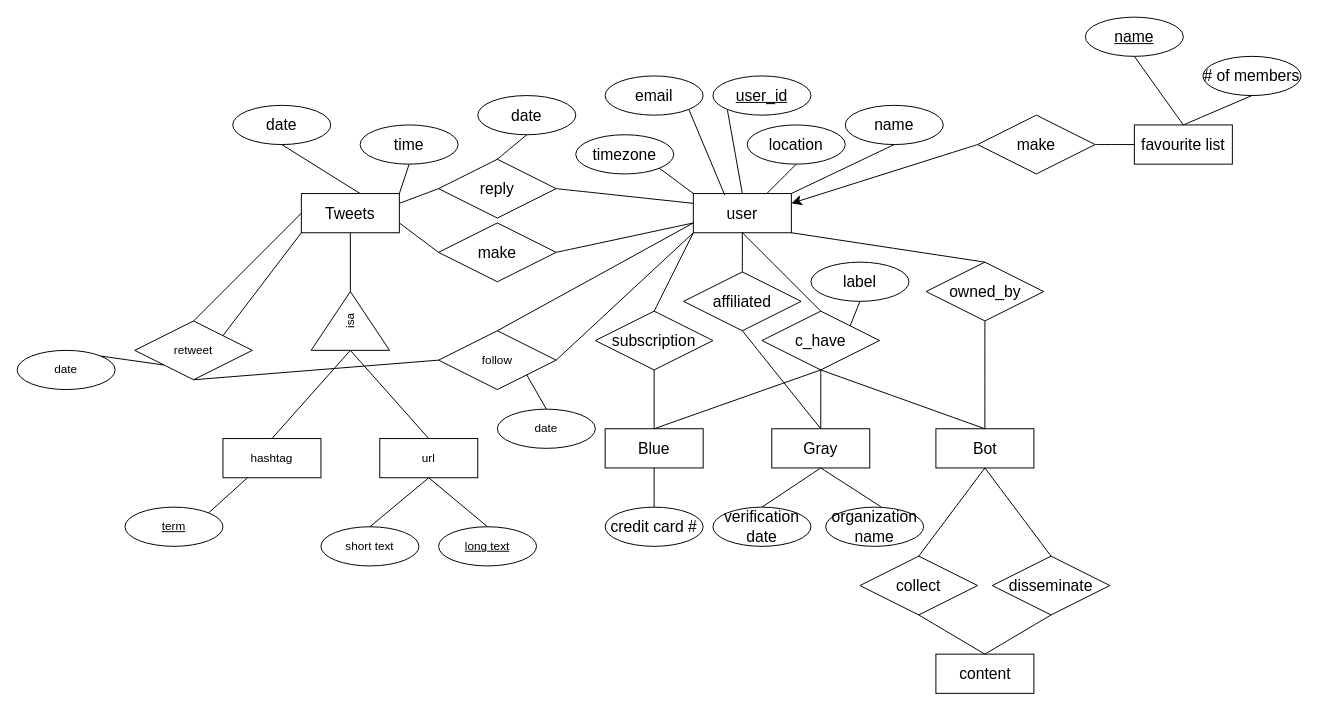
Above: Part1/Daniel/Untitled Diagram.drawio in slappy163/291-Assignment-1 (draw.io), before the change. Source tidied: cells renumbered, new cells numbered last; positions are measured from the earlier drawing's top-left corner, leaving out a move shared by most shapes. Both pictures are drawn from the tidied source at 98%, with x=0, y=0 at pixel (17, 17).
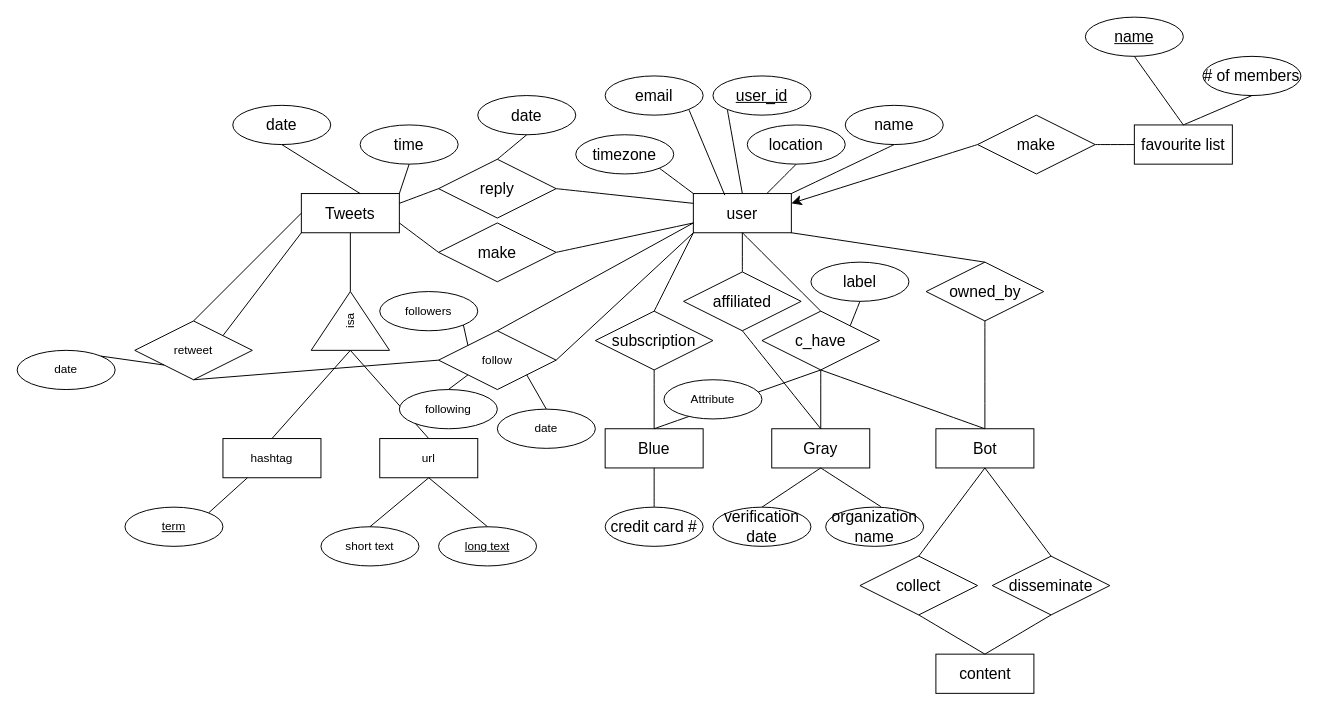
The same page after the edit.

Unchanged cells that the change refers to:
```xml
<mxCell id="83" value="follow" style="shape=rhombus;perimeter=rhombusPerimeter;whiteSpace=wrap;html=1;align=center;" parent="1" vertex="1">
  <mxGeometry x="430" y="320" width="120" height="60" as="geometry" />
</mxCell>
```

Diff of the diagram source:
```diff
@@
+    <mxCell id="89" value="followers" style="ellipse;whiteSpace=wrap;html=1;align=center;" parent="1" vertex="1">
+      <mxGeometry x="370" y="280" width="100" height="40" as="geometry" />
+    </mxCell>
+    <mxCell id="90" value="Attribute" style="ellipse;whiteSpace=wrap;html=1;align=center;" parent="1" vertex="1">
+      <mxGeometry x="660" y="370" width="100" height="40" as="geometry" />
+    </mxCell>
+    <mxCell id="91" value="following" style="ellipse;whiteSpace=wrap;html=1;align=center;" parent="1" vertex="1">
+      <mxGeometry x="390" y="380" width="100" height="40" as="geometry" />
+    </mxCell>
+    <mxCell id="92" style="endArrow=none;html=1;rounded=0;exitX=1;exitY=1;exitDx=0;exitDy=0;entryX=0;entryY=0;entryDx=0;entryDy=0;" parent="1" edge="1" source="89" target="83">
+      <mxGeometry relative="1" as="geometry" />
+    </mxCell>
+    <mxCell id="93" style="endArrow=none;html=1;rounded=0;exitX=0.5;exitY=0;exitDx=0;exitDy=0;entryX=0;entryY=1;entryDx=0;entryDy=0;" parent="1" edge="1" source="91" target="83">
+      <mxGeometry relative="1" as="geometry" />
+    </mxCell>
```
